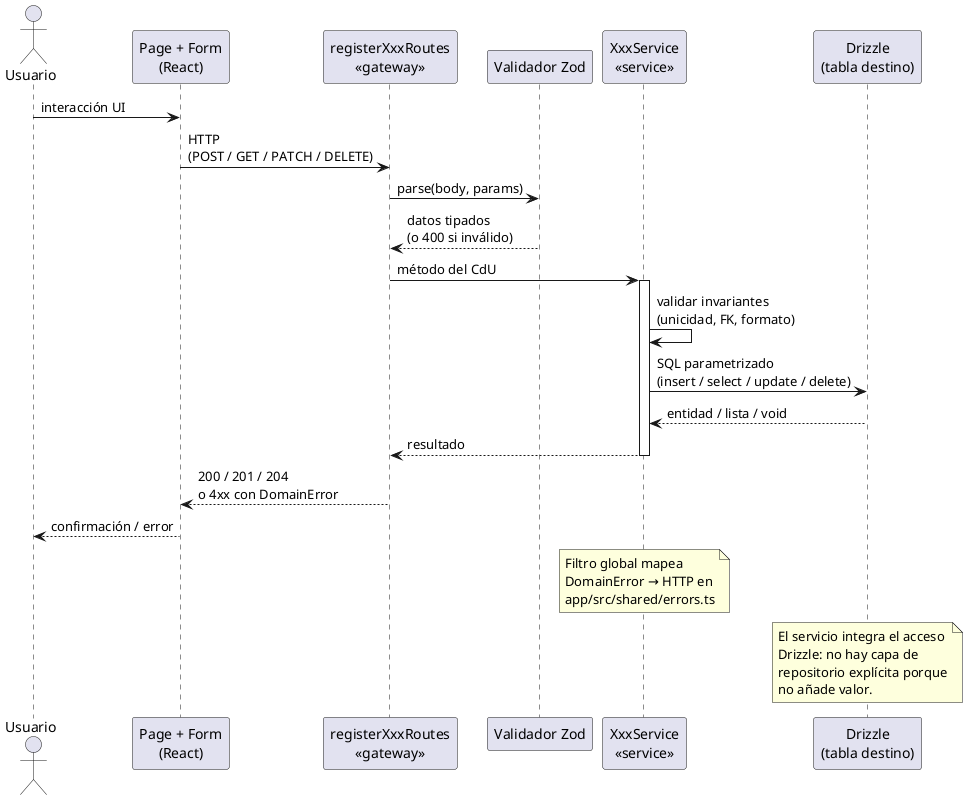
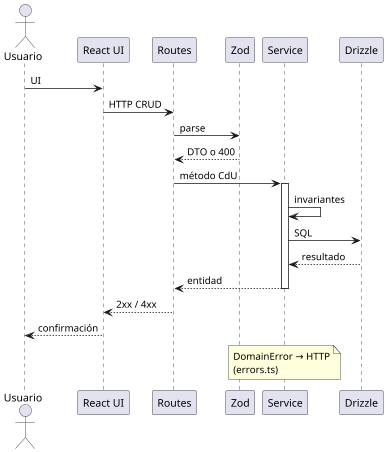
@startuml
+ scale 0.75
skinparam shadowing false
+ skinparam maxMessageSize 120

- actor "Usuario" as U
- participant "Page + Form\n(React)" as V
- participant "registerXxxRoutes\n<<gateway>>" as C
- participant "Validador Zod" as Z
- participant "XxxService\n<<service>>" as S
- participant "Drizzle\n(tabla destino)" as R
+ actor Usuario as U
+ participant "React UI" as V
+ participant "Routes" as C
+ participant "Zod" as Z
+ participant "Service" as S
+ participant "Drizzle" as R

- U -> V : interacción UI
- V -> C : HTTP\n(POST / GET / PATCH / DELETE)
- C -> Z : parse(body, params)
- Z --> C : datos tipados\n(o 400 si inválido)
- C -> S : método del CdU
+ U -> V : UI
+ V -> C : HTTP CRUD
+ C -> Z : parse
+ Z --> C : DTO o 400
+ C -> S : método CdU
activate S
- S -> S : validar invariantes\n(unicidad, FK, formato)
- S -> R : SQL parametrizado\n(insert / select / update / delete)
- R --> S : entidad / lista / void
- S --> C : resultado
+ S -> S : invariantes
+ S -> R : SQL
+ R --> S : resultado
+ S --> C : entidad
deactivate S
- C --> V : 200 / 201 / 204\no 4xx con DomainError
- V --> U : confirmación / error
+ C --> V : 2xx / 4xx
+ V --> U : confirmación

note over S
-   Filtro global mapea
-   DomainError → HTTP en
-   app/src/shared/errors.ts
- end note
- 
- note over R
-   El servicio integra el acceso
-   Drizzle: no hay capa de
-   repositorio explícita porque
-   no añade valor.
+   DomainError → HTTP
+   (errors.ts)
end note

@enduml
